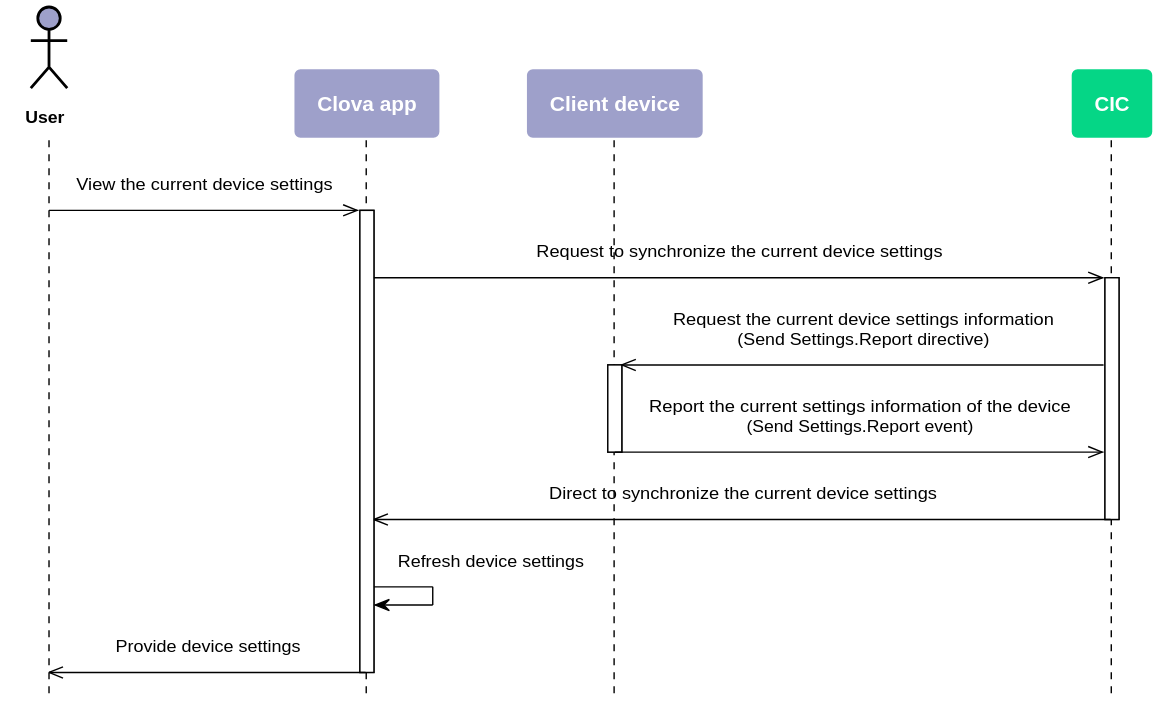
muchokwon/clova-client-developer-guide keeps this PlantUML diagram as en-KR/Develop/Assets/Images/CIC_Settings_Synchronize_Settings_Info.svg. Above is the earlier version.
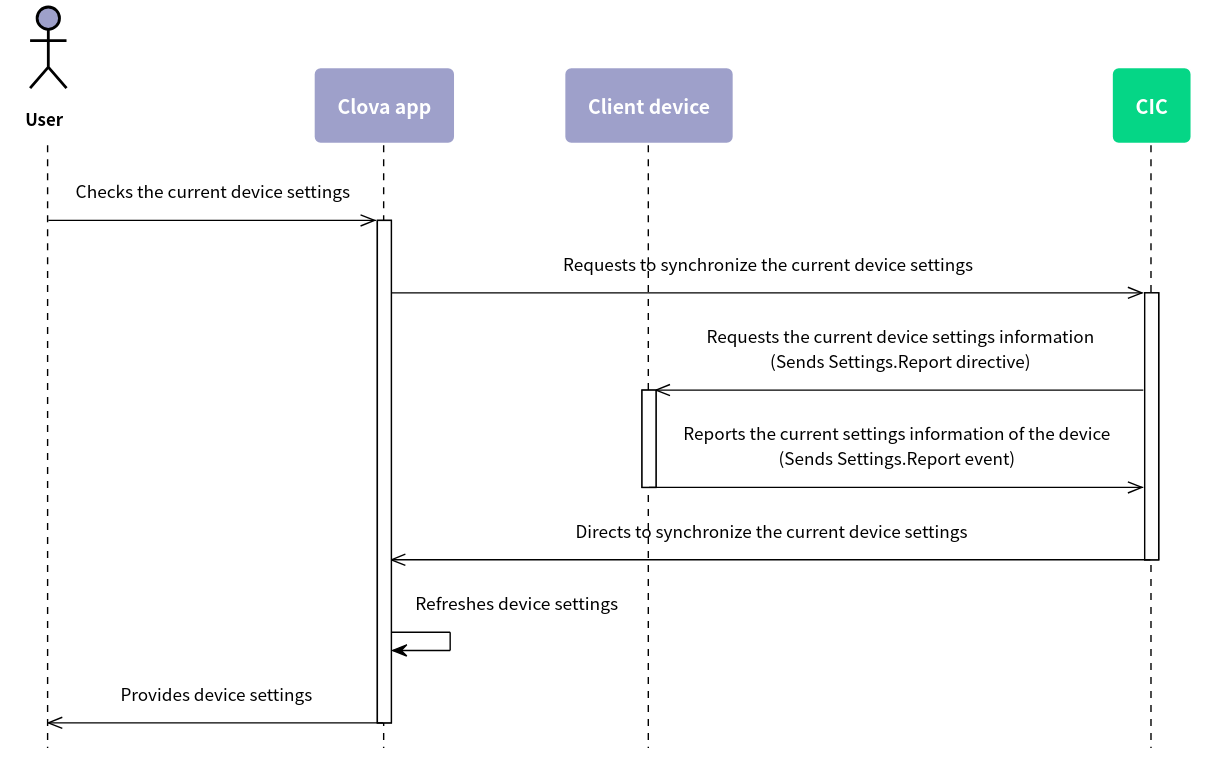
After the commit.

Change to the diagram source:
```diff
@@ -5,60 +5,78 @@
 skinparam roundcorner 10
 skinparam padding 10
 skinparam defaultFontSize 12
+skinparam defaultFontName "Noto Sans CJK KR"
+
+skinparam note {
+  BackgroundColor #9EA0CA
+  BorderColor #ffffff
+  FontColor #ffffff
+  FontSize 14
+  FontStyle bold
+}
+
 skinparam sequence {
-	ArrowColor #000000
-	ActorBorderColor #000000
-	ActorFontStyle Bolder
+  ArrowColor #000000
+  ActorBorderColor #000000
+  ActorFontStyle Bolder
 
-	LifeLineBorderColor #000000
-	LifeLineBackgroundColor transparent
-	ParticipantBorderColor transparent
-	ParticipantFontSize 14
-	ParticipantFontColor #ffffff
-	ParticipantFontStyle bold
 
-	BoxBorderColor #000000
-	BoxFontColor #ffffff
+  LifeLineBorderColor #000000
+  LifeLineBackgroundColor transparent
+  ParticipantBorderColor transparent
+  ParticipantFontSize 14
+  ParticipantFontColor #ffffff
+  ParticipantFontStyle bold
+
+  BoxBorderColor #000000
+  BoxFontColor #ffffff
     BoxFontSize 14
     BoxFontStyle bold
 }
-skinparam note {
-	BackgroundColor #9EA0CA
-	BorderColor #ffffff
-	FontColor #ffffff
-	FontSize 14
-	FontStyle bold
+hide footbox
+
+skinparam activity {
+  BackgroundColor #9EA0CA
+  BarColor #ffffff
+  BorderColor #ffffff
+  DiamondBackgroundColor #05D686
+  DiamondBorderColor #ffffff
+  DiamondFontColor #ffffff
+  DiamondFontSize 14
+  DiamondFontStyle bold
+  FontColor #ffffff
+  FontSize 14
+  FontStyle bold
 }
-hide footbox
 
 actor User as user #9EA0CA
 participant "Clova app" as ca #9EA0CA
 participant "Client device" as cli #9EA0CA
 participant CIC as cic #05D686
 
-user ->> ca: View the current device settings
+user ->> ca: Checks the current device settings
 
 activate ca
 
-  ca ->> cic: Request to synchronize the current device settings
+  ca ->> cic: Requests to synchronize the current device settings
 
   activate cic
 
-    cic ->> cli: Request the current device settings information\n(Send Settings.Report directive)
+    cic ->> cli: Requests the current device settings information\n(Sends Settings.Report directive)
 
     activate cli
 
-      cli ->> cic: Report the current settings information of the device\n(Send Settings.Report event)
+      cli ->> cic: Reports the current settings information of the device\n(Sends Settings.Report event)
 
     deactivate cli
 
-    cic ->> ca: Direct to synchronize the current device settings
+    cic ->> ca: Directs to synchronize the current device settings
 
   deactivate cic
 
-  ca -> ca: Refresh device settings
+  ca -> ca: Refreshes device settings
 
-  ca ->> user: Provide device settings
+  ca ->> user: Provides device settings
 
 deactivate ca
 
```
